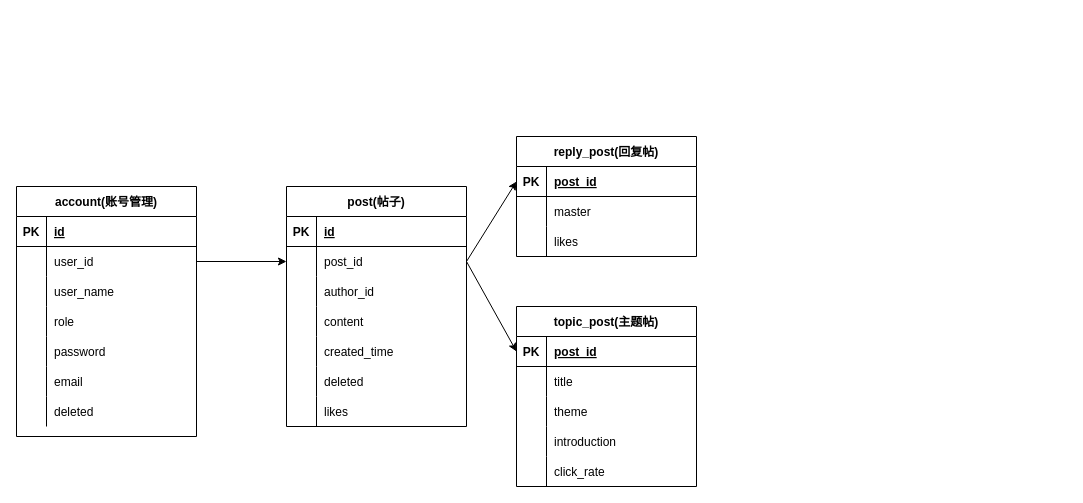
tro-lee/TroForum_server keeps this draw.io diagram as 未命名绘图.drawio. Above is the earlier version. Source tidied: cells renumbered, new cells numbered last; positions are measured from the earlier drawing's top-left corner, leaving out a move shared by most shapes. Both pictures are drawn from the tidied source at 100%, with x=0, y=0 at pixel (16, 136).
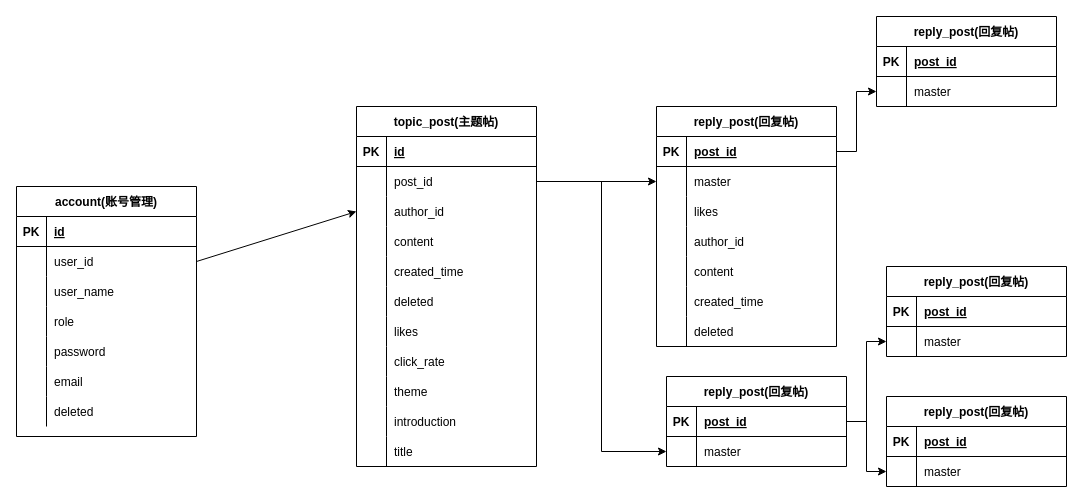
The same page after the edit.

The change refers to these unchanged cells:
```xml
<mxCell id="6" style="shape=tableRow;horizontal=0;startSize=0;swimlaneHead=0;swimlaneBody=0;fillColor=none;points=[[0,0.5],[1,0.5]];portConstraint=eastwest;top=0;left=0;right=0;bottom=0;" parent="2" vertex="1">
  <mxGeometry y="60" width="180" height="30" as="geometry" />
</mxCell>
<mxCell id="28" style="shape=tableRow;horizontal=0;startSize=0;swimlaneHead=0;swimlaneBody=0;fillColor=none;points=[[0,0.5],[1,0.5]];portConstraint=eastwest;top=0;left=0;right=0;bottom=0;" parent="24" vertex="1">
  <mxGeometry y="60" width="180" height="30" as="geometry" />
</mxCell>
<mxCell id="31" style="shape=tableRow;horizontal=0;startSize=0;swimlaneHead=0;swimlaneBody=0;fillColor=none;points=[[0,0.5],[1,0.5]];portConstraint=eastwest;top=0;left=0;right=0;bottom=0;" parent="24" vertex="1">
  <mxGeometry y="90" width="180" height="30" as="geometry" />
</mxCell>
<mxCell id="65" style="shape=tableRow;horizontal=0;startSize=0;swimlaneHead=0;swimlaneBody=0;fillColor=none;points=[[0,0.5],[1,0.5]];portConstraint=eastwest;top=0;left=0;right=0;bottom=1;" parent="64" vertex="1">
  <mxGeometry y="30" width="180" height="30" as="geometry" />
</mxCell>
<mxCell id="68" style="shape=tableRow;horizontal=0;startSize=0;swimlaneHead=0;swimlaneBody=0;fillColor=none;points=[[0,0.5],[1,0.5]];portConstraint=eastwest;top=0;left=0;right=0;bottom=0;" parent="64" vertex="1">
  <mxGeometry y="60" width="180" height="30" as="geometry" />
</mxCell>
```

The edit, as a diff of the source:
```diff
@@
-    <mxCell id="24" value="post(帖子)" style="shape=table;startSize=30;childLayout=tableLayout;rowLines=0;fontStyle=1;align=center;" parent="1" vertex="1">
-      <mxGeometry x="270" y="50" width="180" height="240" as="geometry" />
+    <mxCell id="24" value="topic_post(主题帖)" style="shape=table;startSize=30;childLayout=tableLayout;rowLines=0;fontStyle=1;align=center;" parent="1" vertex="1">
+      <mxGeometry x="340" y="-30" width="180" height="360" as="geometry" />
     </mxCell>
@@
-    <mxCell id="46" style="edgeStyle=none;rounded=0;jettySize=auto;html=1;exitX=1;exitY=0.5;exitDx=0;exitDy=0;entryX=0;entryY=0.5;entryDx=0;entryDy=0;" parent="1" edge="1" source="6" target="28">
-      <mxGeometry relative="1" as="geometry" />
-    </mxCell>
-    <mxCell id="47" value="topic_post(主题帖)" style="shape=table;startSize=30;childLayout=tableLayout;rowLines=0;fontStyle=1;align=center;" parent="1" vertex="1">
-      <mxGeometry x="500" y="170" width="180" height="180" as="geometry" />
-    </mxCell>
-    <mxCell id="48" style="shape=tableRow;horizontal=0;startSize=0;swimlaneHead=0;swimlaneBody=0;fillColor=none;points=[[0,0.5],[1,0.5]];portConstraint=eastwest;top=0;left=0;right=0;bottom=1;" parent="47" vertex="1">
-      <mxGeometry y="30" width="180" height="30" as="geometry" />
-    </mxCell>
-    <mxCell id="49" value="PK" style="shape=partialRectangle;fillColor=none;top=0;left=0;bottom=0;right=0;fontStyle=1;overflow=hidden;" parent="48" vertex="1">
-      <mxGeometry width="30" height="30" as="geometry" />
-    </mxCell>
-    <mxCell id="50" value="post_id" style="shape=partialRectangle;fillColor=none;top=0;left=0;bottom=0;right=0;align=left;spacingLeft=6;fontStyle=5;overflow=hidden;" parent="48" vertex="1">
-      <mxGeometry x="30" width="150" height="30" as="geometry" />
-    </mxCell>
-    <mxCell id="51" style="shape=tableRow;horizontal=0;startSize=0;swimlaneHead=0;swimlaneBody=0;fillColor=none;top=0;left=0;right=0;bottom=0;" parent="47" vertex="1">
-      <mxGeometry y="60" width="180" height="30" as="geometry" />
-    </mxCell>
-    <mxCell id="52" style="shape=partialRectangle;fillColor=none;top=0;left=0;bottom=0;right=0;overflow=hidden;" parent="51" vertex="1">
-      <mxGeometry width="30" height="30" as="geometry" />
-    </mxCell>
-    <mxCell id="53" value="title" style="shape=partialRectangle;fillColor=none;top=0;left=0;bottom=0;right=0;align=left;spacingLeft=6;overflow=hidden;" parent="51" vertex="1">
-      <mxGeometry x="30" width="150" height="30" as="geometry" />
-    </mxCell>
+    <mxCell id="60" style="shape=tableRow;horizontal=0;startSize=0;swimlaneHead=0;swimlaneBody=0;fillColor=none;top=0;left=0;right=0;bottom=0;" parent="24" vertex="1">
+      <mxGeometry y="240" width="180" height="30" as="geometry" />
+    </mxCell>
+    <mxCell id="61" style="shape=partialRectangle;fillColor=none;top=0;left=0;bottom=0;right=0;overflow=hidden;" parent="60" vertex="1">
+      <mxGeometry width="30" height="30" as="geometry" />
+    </mxCell>
+    <mxCell id="62" value="click_rate" style="shape=partialRectangle;fillColor=none;top=0;left=0;bottom=0;right=0;align=left;spacingLeft=6;overflow=hidden;" parent="60" vertex="1">
+      <mxGeometry x="30" width="150" height="30" as="geometry" />
+    </mxCell>
-    <mxCell id="54" style="shape=tableRow;horizontal=0;startSize=0;swimlaneHead=0;swimlaneBody=0;fillColor=none;top=0;left=0;right=0;bottom=0;" parent="47" vertex="1">
-      <mxGeometry y="90" width="180" height="30" as="geometry" />
+    <mxCell id="54" style="shape=tableRow;horizontal=0;startSize=0;swimlaneHead=0;swimlaneBody=0;fillColor=none;top=0;left=0;right=0;bottom=0;" parent="24" vertex="1">
+      <mxGeometry y="270" width="180" height="30" as="geometry" />
     </mxCell>
@@
-    <mxCell id="57" style="shape=tableRow;horizontal=0;startSize=0;swimlaneHead=0;swimlaneBody=0;fillColor=none;top=0;left=0;right=0;bottom=0;" parent="47" vertex="1">
-      <mxGeometry y="120" width="180" height="30" as="geometry" />
+    <mxCell id="57" style="shape=tableRow;horizontal=0;startSize=0;swimlaneHead=0;swimlaneBody=0;fillColor=none;top=0;left=0;right=0;bottom=0;" parent="24" vertex="1">
+      <mxGeometry y="300" width="180" height="30" as="geometry" />
     </mxCell>
@@
-    <mxCell id="60" style="shape=tableRow;horizontal=0;startSize=0;swimlaneHead=0;swimlaneBody=0;fillColor=none;top=0;left=0;right=0;bottom=0;" parent="47" vertex="1">
-      <mxGeometry y="150" width="180" height="30" as="geometry" />
-    </mxCell>
-    <mxCell id="61" style="shape=partialRectangle;fillColor=none;top=0;left=0;bottom=0;right=0;overflow=hidden;" parent="60" vertex="1">
-      <mxGeometry width="30" height="30" as="geometry" />
-    </mxCell>
-    <mxCell id="62" value="click_rate" style="shape=partialRectangle;fillColor=none;top=0;left=0;bottom=0;right=0;align=left;spacingLeft=6;overflow=hidden;" parent="60" vertex="1">
-      <mxGeometry x="30" width="150" height="30" as="geometry" />
-    </mxCell>
-    <mxCell id="63" style="edgeStyle=none;rounded=0;jettySize=auto;html=1;exitX=1;exitY=0.5;exitDx=0;exitDy=0;entryX=0;entryY=0.5;entryDx=0;entryDy=0;" parent="1" edge="1" source="28" target="48">
-      <mxGeometry relative="1" as="geometry" />
-    </mxCell>
+    <mxCell id="51" style="shape=tableRow;horizontal=0;startSize=0;swimlaneHead=0;swimlaneBody=0;fillColor=none;top=0;left=0;right=0;bottom=0;" parent="24" vertex="1">
+      <mxGeometry y="330" width="180" height="30" as="geometry" />
+    </mxCell>
+    <mxCell id="52" style="shape=partialRectangle;fillColor=none;top=0;left=0;bottom=0;right=0;overflow=hidden;" parent="51" vertex="1">
+      <mxGeometry width="30" height="30" as="geometry" />
+    </mxCell>
+    <mxCell id="53" value="title" style="shape=partialRectangle;fillColor=none;top=0;left=0;bottom=0;right=0;align=left;spacingLeft=6;overflow=hidden;" parent="51" vertex="1">
+      <mxGeometry x="30" width="150" height="30" as="geometry" />
+    </mxCell>
+    <mxCell id="46" style="edgeStyle=none;rounded=0;jettySize=auto;html=1;exitX=1;exitY=0.5;exitDx=0;exitDy=0;entryX=0;entryY=0.5;entryDx=0;entryDy=0;" parent="1" edge="1" source="6" target="31">
+      <mxGeometry relative="1" as="geometry" />
+    </mxCell>
     <mxCell id="64" value="reply_post(回复帖)" style="shape=table;startSize=30;childLayout=tableLayout;rowLines=0;fontStyle=1;align=center;" parent="1" vertex="1">
-      <mxGeometry x="500" width="180" height="120" as="geometry" />
+      <mxGeometry x="640" y="-30" width="180" height="240" as="geometry" />
     </mxCell>
@@
+    <mxCell id="75" style="shape=tableRow;horizontal=0;startSize=0;swimlaneHead=0;swimlaneBody=0;fillColor=none;top=0;left=0;right=0;bottom=0;" parent="64" vertex="1">
+      <mxGeometry y="120" width="180" height="30" as="geometry" />
+    </mxCell>
+    <mxCell id="76" style="shape=partialRectangle;fillColor=none;top=0;left=0;bottom=0;right=0;overflow=hidden;" parent="75" vertex="1">
+      <mxGeometry width="30" height="30" as="geometry" />
+    </mxCell>
+    <mxCell id="77" value="author_id" style="shape=partialRectangle;fillColor=none;top=0;left=0;bottom=0;right=0;align=left;spacingLeft=6;overflow=hidden;" parent="75" vertex="1">
+      <mxGeometry x="30" width="150" height="30" as="geometry" />
+    </mxCell>
+    <mxCell id="78" style="shape=tableRow;horizontal=0;startSize=0;swimlaneHead=0;swimlaneBody=0;fillColor=none;top=0;left=0;right=0;bottom=0;" parent="64" vertex="1">
+      <mxGeometry y="150" width="180" height="30" as="geometry" />
+    </mxCell>
+    <mxCell id="79" style="shape=partialRectangle;fillColor=none;top=0;left=0;bottom=0;right=0;overflow=hidden;" parent="78" vertex="1">
+      <mxGeometry width="30" height="30" as="geometry" />
+    </mxCell>
+    <mxCell id="80" value="content" style="shape=partialRectangle;fillColor=none;top=0;left=0;bottom=0;right=0;align=left;spacingLeft=6;overflow=hidden;" parent="78" vertex="1">
+      <mxGeometry x="30" width="150" height="30" as="geometry" />
+    </mxCell>
+    <mxCell id="81" style="shape=tableRow;horizontal=0;startSize=0;swimlaneHead=0;swimlaneBody=0;fillColor=none;top=0;left=0;right=0;bottom=0;" parent="64" vertex="1">
+      <mxGeometry y="180" width="180" height="30" as="geometry" />
+    </mxCell>
+    <mxCell id="82" style="shape=partialRectangle;fillColor=none;top=0;left=0;bottom=0;right=0;overflow=hidden;" parent="81" vertex="1">
+      <mxGeometry width="30" height="30" as="geometry" />
+    </mxCell>
+    <mxCell id="83" value="created_time" style="shape=partialRectangle;fillColor=none;top=0;left=0;bottom=0;right=0;align=left;spacingLeft=6;overflow=hidden;" parent="81" vertex="1">
+      <mxGeometry x="30" width="150" height="30" as="geometry" />
+    </mxCell>
+    <mxCell id="84" style="shape=tableRow;horizontal=0;startSize=0;swimlaneHead=0;swimlaneBody=0;fillColor=none;top=0;left=0;right=0;bottom=0;" parent="64" vertex="1">
+      <mxGeometry y="210" width="180" height="30" as="geometry" />
+    </mxCell>
+    <mxCell id="85" style="shape=partialRectangle;fillColor=none;top=0;left=0;bottom=0;right=0;overflow=hidden;" parent="84" vertex="1">
+      <mxGeometry width="30" height="30" as="geometry" />
+    </mxCell>
+    <mxCell id="86" value="deleted" style="shape=partialRectangle;fillColor=none;top=0;left=0;bottom=0;right=0;align=left;spacingLeft=6;overflow=hidden;" parent="84" vertex="1">
+      <mxGeometry x="30" width="150" height="30" as="geometry" />
+    </mxCell>
-    <mxCell id="74" style="edgeStyle=none;rounded=0;jettySize=auto;html=1;exitX=1;exitY=0.5;exitDx=0;exitDy=0;entryX=0;entryY=0.5;entryDx=0;entryDy=0;" parent="1" edge="1" source="28" target="65">
+    <mxCell id="74" style="edgeStyle=none;rounded=0;jettySize=auto;html=1;exitX=1;exitY=0.5;exitDx=0;exitDy=0;entryX=0;entryY=0.5;entryDx=0;entryDy=0;" parent="1" edge="1" source="28" target="68">
       <mxGeometry relative="1" as="geometry" />
     </mxCell>
+    <mxCell id="87" value="reply_post(回复帖)" style="shape=table;startSize=30;childLayout=tableLayout;rowLines=0;fontStyle=1;align=center;" parent="1" vertex="1">
+      <mxGeometry x="650" y="240" width="180" height="90" as="geometry" />
+    </mxCell>
+    <mxCell id="88" style="shape=tableRow;horizontal=0;startSize=0;swimlaneHead=0;swimlaneBody=0;fillColor=none;points=[[0,0.5],[1,0.5]];portConstraint=eastwest;top=0;left=0;right=0;bottom=1;" parent="87" vertex="1">
+      <mxGeometry y="30" width="180" height="30" as="geometry" />
+    </mxCell>
+    <mxCell id="89" value="PK" style="shape=partialRectangle;fillColor=none;top=0;left=0;bottom=0;right=0;fontStyle=1;overflow=hidden;" parent="88" vertex="1">
+      <mxGeometry width="30" height="30" as="geometry" />
+    </mxCell>
+    <mxCell id="90" value="post_id" style="shape=partialRectangle;fillColor=none;top=0;left=0;bottom=0;right=0;align=left;spacingLeft=6;fontStyle=5;overflow=hidden;" parent="88" vertex="1">
+      <mxGeometry x="30" width="150" height="30" as="geometry" />
+    </mxCell>
+    <mxCell id="91" style="shape=tableRow;horizontal=0;startSize=0;swimlaneHead=0;swimlaneBody=0;fillColor=none;points=[[0,0.5],[1,0.5]];portConstraint=eastwest;top=0;left=0;right=0;bottom=0;" parent="87" vertex="1">
+      <mxGeometry y="60" width="180" height="30" as="geometry" />
+    </mxCell>
+    <mxCell id="92" style="shape=partialRectangle;fillColor=none;top=0;left=0;bottom=0;right=0;overflow=hidden;" parent="91" vertex="1">
+      <mxGeometry width="30" height="30" as="geometry" />
+    </mxCell>
+    <mxCell id="93" value="master" style="shape=partialRectangle;fillColor=none;top=0;left=0;bottom=0;right=0;align=left;spacingLeft=6;overflow=hidden;" parent="91" vertex="1">
+      <mxGeometry x="30" width="150" height="30" as="geometry" />
+    </mxCell>
+    <mxCell id="94" value="reply_post(回复帖)" style="shape=table;startSize=30;childLayout=tableLayout;rowLines=0;fontStyle=1;align=center;" parent="1" vertex="1">
+      <mxGeometry x="870" y="260" width="180" height="90" as="geometry" />
+    </mxCell>
+    <mxCell id="95" style="shape=tableRow;horizontal=0;startSize=0;swimlaneHead=0;swimlaneBody=0;fillColor=none;top=0;left=0;right=0;bottom=1;" parent="94" vertex="1">
+      <mxGeometry y="30" width="180" height="30" as="geometry" />
+    </mxCell>
+    <mxCell id="96" value="PK" style="shape=partialRectangle;fillColor=none;top=0;left=0;bottom=0;right=0;fontStyle=1;overflow=hidden;" parent="95" vertex="1">
+      <mxGeometry width="30" height="30" as="geometry" />
+    </mxCell>
+    <mxCell id="97" value="post_id" style="shape=partialRectangle;fillColor=none;top=0;left=0;bottom=0;right=0;align=left;spacingLeft=6;fontStyle=5;overflow=hidden;" parent="95" vertex="1">
+      <mxGeometry x="30" width="150" height="30" as="geometry" />
+    </mxCell>
+    <mxCell id="98" style="shape=tableRow;horizontal=0;startSize=0;swimlaneHead=0;swimlaneBody=0;fillColor=none;points=[[0,0.5],[1,0.5]];portConstraint=eastwest;top=0;left=0;right=0;bottom=0;" parent="94" vertex="1">
+      <mxGeometry y="60" width="180" height="30" as="geometry" />
+    </mxCell>
+    <mxCell id="99" style="shape=partialRectangle;fillColor=none;top=0;left=0;bottom=0;right=0;overflow=hidden;" parent="98" vertex="1">
+      <mxGeometry width="30" height="30" as="geometry" />
+    </mxCell>
+    <mxCell id="100" value="master" style="shape=partialRectangle;fillColor=none;top=0;left=0;bottom=0;right=0;align=left;spacingLeft=6;overflow=hidden;" parent="98" vertex="1">
+      <mxGeometry x="30" width="150" height="30" as="geometry" />
+    </mxCell>
+    <mxCell id="101" value="reply_post(回复帖)" style="shape=table;startSize=30;childLayout=tableLayout;rowLines=0;fontStyle=1;align=center;" parent="1" vertex="1">
+      <mxGeometry x="870" y="130" width="180" height="90" as="geometry" />
+    </mxCell>
+    <mxCell id="102" style="shape=tableRow;horizontal=0;startSize=0;swimlaneHead=0;swimlaneBody=0;fillColor=none;top=0;left=0;right=0;bottom=1;" parent="101" vertex="1">
+      <mxGeometry y="30" width="180" height="30" as="geometry" />
+    </mxCell>
+    <mxCell id="103" value="PK" style="shape=partialRectangle;fillColor=none;top=0;left=0;bottom=0;right=0;fontStyle=1;overflow=hidden;" parent="102" vertex="1">
+      <mxGeometry width="30" height="30" as="geometry" />
+    </mxCell>
+    <mxCell id="104" value="post_id" style="shape=partialRectangle;fillColor=none;top=0;left=0;bottom=0;right=0;align=left;spacingLeft=6;fontStyle=5;overflow=hidden;" parent="102" vertex="1">
+      <mxGeometry x="30" width="150" height="30" as="geometry" />
+    </mxCell>
+    <mxCell id="105" style="shape=tableRow;horizontal=0;startSize=0;swimlaneHead=0;swimlaneBody=0;fillColor=none;points=[[0,0.5],[1,0.5]];portConstraint=eastwest;top=0;left=0;right=0;bottom=0;" parent="101" vertex="1">
+      <mxGeometry y="60" width="180" height="30" as="geometry" />
+    </mxCell>
+    <mxCell id="106" style="shape=partialRectangle;fillColor=none;top=0;left=0;bottom=0;right=0;overflow=hidden;" parent="105" vertex="1">
+      <mxGeometry width="30" height="30" as="geometry" />
+    </mxCell>
+    <mxCell id="107" value="master" style="shape=partialRectangle;fillColor=none;top=0;left=0;bottom=0;right=0;align=left;spacingLeft=6;overflow=hidden;" parent="105" vertex="1">
+      <mxGeometry x="30" width="150" height="30" as="geometry" />
+    </mxCell>
+    <mxCell id="108" value="reply_post(回复帖)" style="shape=table;startSize=30;childLayout=tableLayout;rowLines=0;fontStyle=1;align=center;" parent="1" vertex="1">
+      <mxGeometry x="860" y="-120" width="180" height="90" as="geometry" />
+    </mxCell>
+    <mxCell id="109" style="shape=tableRow;horizontal=0;startSize=0;swimlaneHead=0;swimlaneBody=0;fillColor=none;top=0;left=0;right=0;bottom=1;" parent="108" vertex="1">
+      <mxGeometry y="30" width="180" height="30" as="geometry" />
+    </mxCell>
+    <mxCell id="110" value="PK" style="shape=partialRectangle;fillColor=none;top=0;left=0;bottom=0;right=0;fontStyle=1;overflow=hidden;" parent="109" vertex="1">
+      <mxGeometry width="30" height="30" as="geometry" />
+    </mxCell>
+    <mxCell id="111" value="post_id" style="shape=partialRectangle;fillColor=none;top=0;left=0;bottom=0;right=0;align=left;spacingLeft=6;fontStyle=5;overflow=hidden;" parent="109" vertex="1">
+      <mxGeometry x="30" width="150" height="30" as="geometry" />
+    </mxCell>
+    <mxCell id="112" style="shape=tableRow;horizontal=0;startSize=0;swimlaneHead=0;swimlaneBody=0;fillColor=none;points=[[0,0.5],[1,0.5]];portConstraint=eastwest;top=0;left=0;right=0;bottom=0;" parent="108" vertex="1">
+      <mxGeometry y="60" width="180" height="30" as="geometry" />
+    </mxCell>
+    <mxCell id="113" style="shape=partialRectangle;fillColor=none;top=0;left=0;bottom=0;right=0;overflow=hidden;" parent="112" vertex="1">
+      <mxGeometry width="30" height="30" as="geometry" />
+    </mxCell>
+    <mxCell id="114" value="master" style="shape=partialRectangle;fillColor=none;top=0;left=0;bottom=0;right=0;align=left;spacingLeft=6;overflow=hidden;" parent="112" vertex="1">
+      <mxGeometry x="30" width="150" height="30" as="geometry" />
+    </mxCell>
+    <mxCell id="115" style="edgeStyle=orthogonalEdgeStyle;rounded=0;jettySize=auto;html=1;exitX=1;exitY=0.5;exitDx=0;exitDy=0;entryX=0;entryY=0.5;entryDx=0;entryDy=0;" parent="1" edge="1" source="28" target="91">
+      <mxGeometry relative="1" as="geometry" />
+    </mxCell>
+    <mxCell id="116" style="edgeStyle=orthogonalEdgeStyle;rounded=0;jettySize=auto;html=1;exitX=1;exitY=0.5;exitDx=0;exitDy=0;entryX=0;entryY=0.5;entryDx=0;entryDy=0;" parent="1" edge="1" source="65" target="112">
+      <mxGeometry relative="1" as="geometry" />
+    </mxCell>
+    <mxCell id="117" style="edgeStyle=orthogonalEdgeStyle;rounded=0;jettySize=auto;html=1;exitX=1;exitY=0.5;exitDx=0;exitDy=0;entryX=0;entryY=0.5;entryDx=0;entryDy=0;" parent="1" edge="1" source="88" target="98">
+      <mxGeometry relative="1" as="geometry" />
+    </mxCell>
+    <mxCell id="118" style="edgeStyle=orthogonalEdgeStyle;rounded=0;jettySize=auto;html=1;exitX=1;exitY=0.5;exitDx=0;exitDy=0;entryX=0;entryY=0.5;entryDx=0;entryDy=0;" parent="1" edge="1" source="88" target="105">
+      <mxGeometry relative="1" as="geometry" />
+    </mxCell>
```
